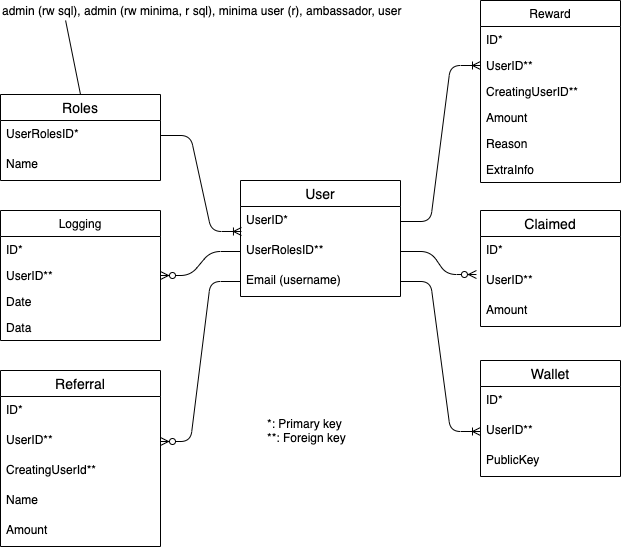
Earlier version of the draw.io export docs/images/dbase.png (minima-global/incentivecash). Source tidied: cells renumbered, new cells last; positions are measured from the earlier drawing's top-left corner, leaving out a move shared by most shapes.
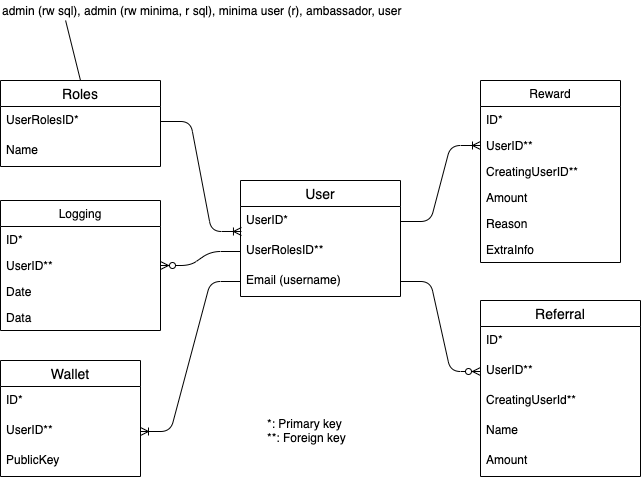
After the commit.

Commit message:
dbase design now reflects reality

The edit, as a diff of the source:
```diff
@@ -15,7 +15,7 @@
       <mxGeometry y="86" width="160" height="30" as="geometry" />
     </mxCell>
     <mxCell id="6" value="Roles" style="swimlane;fontStyle=0;horizontal=1;startSize=26;align=center;fontSize=14;" parent="1" vertex="1">
-      <mxGeometry y="94" width="160" height="86" as="geometry" />
+      <mxGeometry y="80" width="160" height="86" as="geometry" />
     </mxCell>
     <mxCell id="7" value="UserRolesID*" style="text;strokeColor=none;fillColor=none;spacingLeft=4;spacingRight=4;overflow=hidden;points=[[0,0.5],[1,0.5]];portConstraint=eastwest;fontSize=12;" parent="6" vertex="1">
       <mxGeometry y="26" width="160" height="30" as="geometry" />
@@ -24,7 +24,7 @@
       <mxGeometry y="56" width="160" height="30" as="geometry" />
     </mxCell>
     <mxCell id="9" value="Reward" style="swimlane;fontStyle=0;horizontal=1;startSize=26;fillColor=none;" parent="1" vertex="1">
-      <mxGeometry x="480" width="140" height="182" as="geometry" />
+      <mxGeometry x="480" y="80" width="140" height="182" as="geometry" />
     </mxCell>
     <mxCell id="10" value="ID*" style="text;strokeColor=none;fillColor=none;align=left;verticalAlign=top;spacingLeft=4;spacingRight=4;overflow=hidden;" parent="9" vertex="1">
       <mxGeometry y="26" width="140" height="26" as="geometry" />
@@ -45,7 +45,7 @@
       <mxGeometry y="156" width="140" height="26" as="geometry" />
     </mxCell>
     <mxCell id="16" value="Logging" style="swimlane;fontStyle=0;horizontal=1;startSize=26;fillColor=none;" parent="1" vertex="1">
-      <mxGeometry y="210" width="160" height="130" as="geometry" />
+      <mxGeometry y="200" width="160" height="130" as="geometry" />
     </mxCell>
     <mxCell id="17" value="ID*" style="text;strokeColor=none;fillColor=none;align=left;verticalAlign=top;spacingLeft=4;spacingRight=4;overflow=hidden;" parent="16" vertex="1">
       <mxGeometry y="26" width="160" height="26" as="geometry" />
@@ -66,7 +66,7 @@
       <mxGeometry width="420" height="20" as="geometry" />
     </mxCell>
     <mxCell id="23" value="Referral" style="swimlane;fontStyle=0;horizontal=1;startSize=26;align=center;fontSize=14;" parent="1" vertex="1">
-      <mxGeometry y="370" width="160" height="176" as="geometry" />
+      <mxGeometry x="480" y="300" width="160" height="176" as="geometry" />
     </mxCell>
     <mxCell id="24" value="ID*" style="text;strokeColor=none;fillColor=none;spacingLeft=4;spacingRight=4;overflow=hidden;fontSize=12;" parent="23" vertex="1">
       <mxGeometry y="26" width="160" height="30" as="geometry" />
@@ -83,7 +83,7 @@
     <mxCell id="28" value="Amount" style="text;strokeColor=none;fillColor=none;spacingLeft=4;spacingRight=4;overflow=hidden;fontSize=12;" parent="23" vertex="1">
       <mxGeometry y="146" width="160" height="30" as="geometry" />
     </mxCell>
-    <mxCell id="29" style="edgeStyle=entityRelationEdgeStyle;fontSize=12;html=1;endArrow=ERzeroToMany;endFill=1;entryX=1;entryY=0.5;entryDx=0;entryDy=0;exitX=0;exitY=0.5;exitDx=0;exitDy=0;" parent="1" edge="1" source="5" target="25">
+    <mxCell id="29" style="edgeStyle=entityRelationEdgeStyle;fontSize=12;html=1;endArrow=ERzeroToMany;endFill=1;entryX=0;entryY=0.5;entryDx=0;entryDy=0;" parent="1" edge="1" source="5" target="25">
       <mxGeometry relative="1" as="geometry" />
     </mxCell>
     <mxCell id="30" style="endArrow=none;html=1;exitX=0.5;exitY=0;exitDx=0;exitDy=0;entryX=0.155;entryY=1;entryDx=0;entryDy=0;entryPerimeter=0;" parent="1" edge="1" source="6" target="22">
@@ -99,7 +99,7 @@
       <mxGeometry x="265" y="420" width="110" height="20" as="geometry" />
     </mxCell>
     <mxCell id="34" value="Wallet" style="swimlane;fontStyle=0;horizontal=1;startSize=26;align=center;fontSize=14;" parent="1" vertex="1">
-      <mxGeometry x="480" y="360" width="140" height="116" as="geometry" />
+      <mxGeometry y="360" width="140" height="116" as="geometry" />
     </mxCell>
     <mxCell id="35" value="ID*" style="text;strokeColor=none;fillColor=none;spacingLeft=4;spacingRight=4;overflow=hidden;fontSize=12;" parent="34" vertex="1">
       <mxGeometry y="26" width="140" height="30" as="geometry" />
@@ -113,23 +113,8 @@
     <mxCell id="38" style="edgeStyle=orthogonalEdgeStyle;rounded=0;orthogonalLoop=1;jettySize=auto;html=1;exitX=1;exitY=0.5;exitDx=0;exitDy=0;" parent="34" edge="1" source="36" target="36">
       <mxGeometry relative="1" as="geometry" />
     </mxCell>
-    <mxCell id="39" style="edgeStyle=entityRelationEdgeStyle;fontSize=12;html=1;endArrow=ERoneToMany;entryX=0;entryY=0.5;entryDx=0;entryDy=0;exitX=1;exitY=0.5;exitDx=0;exitDy=0;" parent="1" edge="1" source="5" target="36">
+    <mxCell id="39" style="edgeStyle=entityRelationEdgeStyle;fontSize=12;html=1;endArrow=ERoneToMany;exitX=0;exitY=0.5;exitDx=0;exitDy=0;" parent="1" edge="1" source="5" target="36">
       <mxGeometry relative="1" as="geometry" />
     </mxCell>
-    <mxCell id="40" value="Claimed" style="swimlane;fontStyle=0;horizontal=1;startSize=26;align=center;fontSize=14;" parent="1" vertex="1">
-      <mxGeometry x="480" y="210" width="140" height="116" as="geometry" />
-    </mxCell>
-    <mxCell id="41" value="ID*" style="text;strokeColor=none;fillColor=none;spacingLeft=4;spacingRight=4;overflow=hidden;fontSize=12;" parent="40" vertex="1">
-      <mxGeometry y="26" width="140" height="30" as="geometry" />
-    </mxCell>
-    <mxCell id="42" value="UserID**" style="text;strokeColor=none;fillColor=none;spacingLeft=4;spacingRight=4;overflow=hidden;points=[[0,0.5],[1,0.5]];portConstraint=eastwest;fontSize=12;" parent="40" vertex="1">
-      <mxGeometry y="56" width="140" height="30" as="geometry" />
-    </mxCell>
-    <mxCell id="43" value="Amount" style="text;strokeColor=none;fillColor=none;spacingLeft=4;spacingRight=4;overflow=hidden;fontSize=12;" parent="40" vertex="1">
-      <mxGeometry y="86" width="140" height="30" as="geometry" />
-    </mxCell>
-    <mxCell id="44" style="edgeStyle=entityRelationEdgeStyle;fontSize=12;html=1;endArrow=ERzeroToMany;endFill=1;entryX=-0.029;entryY=0.267;entryDx=0;entryDy=0;entryPerimeter=0;exitX=1;exitY=0.5;exitDx=0;exitDy=0;" parent="1" edge="1" source="4" target="42">
-      <mxGeometry relative="1" as="geometry" />
-    </mxCell>
   </root>
 </mxGraphModel>
```
